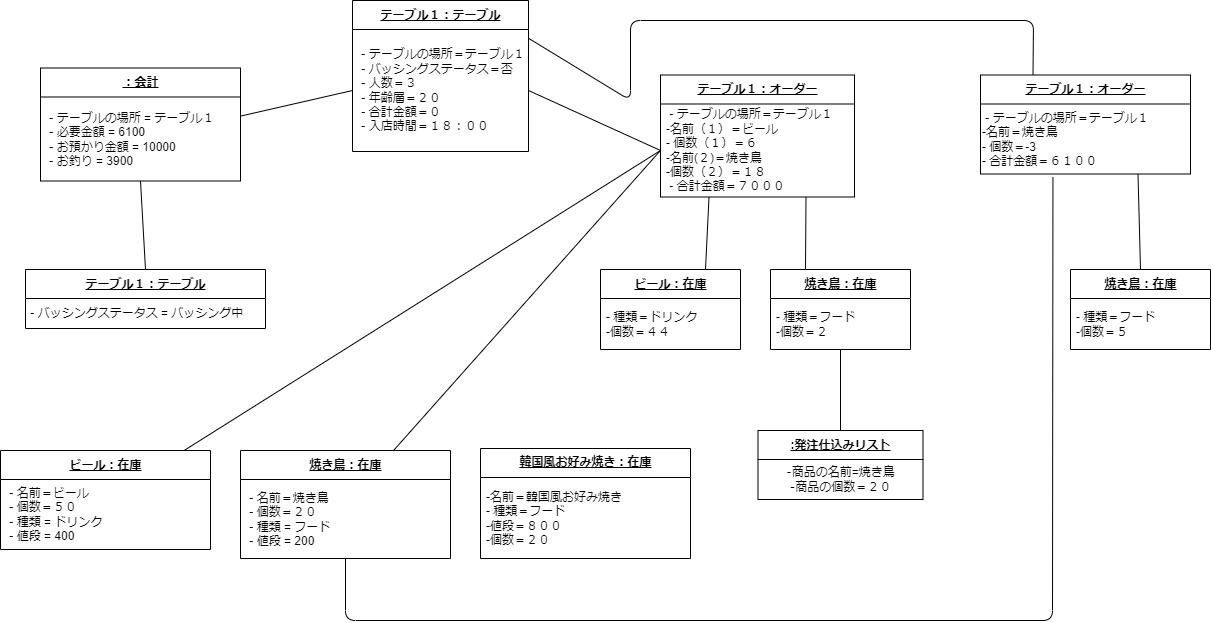
Earlier version of the draw.io export psp4/オブジェクト図/オブジェクト図ver4.drawio.png (MasakiHiguchi/---). Source tidied: cells renumbered, new cells last; positions are measured from the earlier drawing's top-left corner, leaving out a move shared by most shapes.
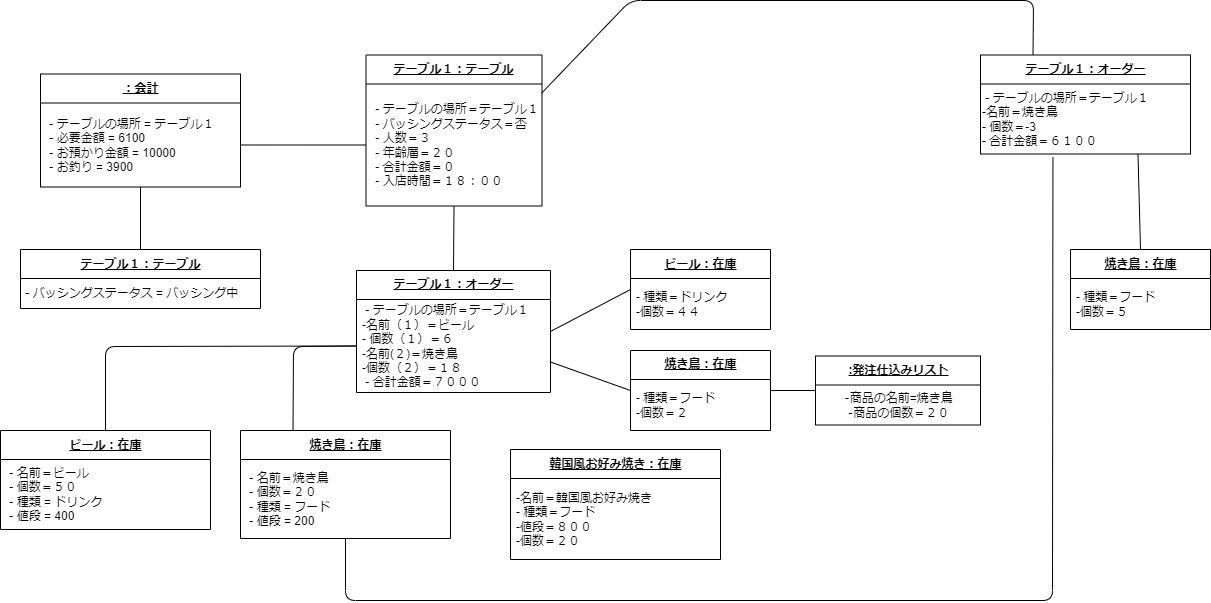
After the commit.

The edit, as a diff of the source:
```diff
@@ -2,23 +2,26 @@
   <root>
     <mxCell id="0" />
     <mxCell id="1" parent="0" />
+    <mxCell id="37" style="edgeStyle=none;html=1;exitX=0.5;exitY=1;exitDx=0;exitDy=0;entryX=0.5;entryY=0;entryDx=0;entryDy=0;endArrow=none;endFill=0;" parent="1" edge="1" source="2" target="4">
+      <mxGeometry relative="1" as="geometry" />
+    </mxCell>
     <mxCell id="2" value="&lt;u&gt;テーブル１：テーブル&lt;/u&gt;" style="swimlane;fontStyle=1;align=center;verticalAlign=middle;horizontal=1;startSize=29;html=1;" parent="1" vertex="1">
-      <mxGeometry x="352" width="176" height="151" as="geometry" />
+      <mxGeometry x="365.5" y="74.5" width="176" height="151" as="geometry" />
     </mxCell>
     <mxCell id="3" value="&amp;nbsp;- テーブルの場所＝テーブル１&lt;br&gt;&amp;nbsp;- バッシングステータス＝否&lt;br&gt;&amp;nbsp;- 人数＝３&lt;br&gt;&amp;nbsp;- 年齢層＝２０&lt;br&gt;&amp;nbsp;- 合計金額＝０&lt;br&gt;&amp;nbsp;- 入店時間＝１８：００" style="text;html=1;strokeColor=none;fillColor=none;align=left;verticalAlign=middle;spacingLeft=4;spacingRight=4;overflow=hidden;points=[[0,0.5],[1,0.5]];portConstraint=eastwest;" parent="2" vertex="1">
       <mxGeometry y="29" width="176" height="122" as="geometry" />
     </mxCell>
     <mxCell id="4" value="&lt;u&gt;テーブル１：オーダー&lt;/u&gt;" style="swimlane;fontStyle=1;align=center;verticalAlign=middle;horizontal=1;startSize=29;html=1;" parent="1" vertex="1">
-      <mxGeometry x="660" y="74.5" width="194" height="122" as="geometry" />
+      <mxGeometry x="356" y="290" width="194" height="122" as="geometry" />
     </mxCell>
     <mxCell id="5" value="&amp;nbsp;- テーブルの場所＝テーブル１&lt;br&gt;-名前（１）＝ビール&amp;nbsp;&lt;br&gt;-&amp;nbsp;個数（１）＝６&lt;br&gt;-名前(２)＝焼き鳥&lt;br&gt;-個数（２）＝１８&lt;br&gt;&amp;nbsp;- 合計金額＝７０００" style="text;html=1;strokeColor=none;fillColor=none;align=left;verticalAlign=middle;spacingLeft=4;spacingRight=4;overflow=hidden;points=[[0,0.5],[1,0.5]];portConstraint=eastwest;" parent="4" vertex="1">
       <mxGeometry y="29" width="194" height="93" as="geometry" />
     </mxCell>
-    <mxCell id="6" style="edgeStyle=none;html=1;exitX=0.75;exitY=0;exitDx=0;exitDy=0;entryX=0.25;entryY=1;entryDx=0;entryDy=0;endArrow=none;endFill=0;" parent="1" edge="1" source="7" target="4">
+    <mxCell id="6" style="edgeStyle=none;html=1;exitX=0;exitY=0.5;exitDx=0;exitDy=0;entryX=1;entryY=0.5;entryDx=0;entryDy=0;endArrow=none;endFill=0;" parent="1" edge="1" source="7" target="4">
       <mxGeometry relative="1" as="geometry" />
     </mxCell>
     <mxCell id="7" value="&lt;u&gt;ビール：在庫&lt;/u&gt;" style="swimlane;fontStyle=1;align=center;verticalAlign=middle;horizontal=1;startSize=29;html=1;" parent="1" vertex="1">
-      <mxGeometry x="600" y="269" width="140" height="80" as="geometry" />
+      <mxGeometry x="630" y="269" width="140" height="80" as="geometry" />
     </mxCell>
     <mxCell id="8" value="- 種類＝ドリンク&lt;br&gt;-個数＝４４" style="text;html=1;strokeColor=none;fillColor=none;align=left;verticalAlign=middle;spacingLeft=4;spacingRight=4;overflow=hidden;" parent="7" vertex="1">
       <mxGeometry y="29" width="140" height="51" as="geometry" />
@@ -28,7 +31,6 @@
         <Array as="points">
           <mxPoint x="1033" y="20" />
           <mxPoint x="630" y="20" />
-          <mxPoint x="630" y="100" />
         </Array>
       </mxGeometry>
     </mxCell>
@@ -38,14 +40,14 @@
     <mxCell id="11" value="&lt;span style=&quot;&quot;&gt;&amp;nbsp;- テーブルの場所＝テーブル１&lt;/span&gt;&lt;br style=&quot;border-color: var(--border-color);&quot;&gt;&lt;span style=&quot;&quot;&gt;-名前＝焼き鳥&amp;nbsp;&lt;/span&gt;&lt;br style=&quot;border-color: var(--border-color);&quot;&gt;&lt;span style=&quot;&quot;&gt;-&amp;nbsp;個数＝-3&lt;/span&gt;&lt;br style=&quot;border-color: var(--border-color);&quot;&gt;&lt;span style=&quot;&quot;&gt;- 合計金額＝６１００&lt;/span&gt;" style="text;html=1;align=left;verticalAlign=middle;points=[];strokeColor=none;fillColor=none;" parent="10" vertex="1">
       <mxGeometry y="29" width="210" height="70" as="geometry" />
     </mxCell>
-    <mxCell id="12" style="edgeStyle=none;html=1;exitX=0.25;exitY=0;exitDx=0;exitDy=0;entryX=0.75;entryY=1;entryDx=0;entryDy=0;endArrow=none;endFill=0;" parent="1" edge="1" source="14" target="4">
+    <mxCell id="12" style="edgeStyle=none;html=1;exitX=0;exitY=0.5;exitDx=0;exitDy=0;entryX=1;entryY=0.75;entryDx=0;entryDy=0;endArrow=none;endFill=0;" parent="1" edge="1" source="14" target="4">
       <mxGeometry relative="1" as="geometry" />
     </mxCell>
-    <mxCell id="13" style="edgeStyle=none;html=1;entryX=0.5;entryY=0;entryDx=0;entryDy=0;endArrow=none;endFill=0;" parent="1" edge="1" source="14" target="21">
+    <mxCell id="13" style="edgeStyle=none;html=1;exitX=1;exitY=0.5;exitDx=0;exitDy=0;entryX=0;entryY=0.5;entryDx=0;entryDy=0;endArrow=none;endFill=0;" parent="1" edge="1" source="14" target="21">
       <mxGeometry relative="1" as="geometry" />
     </mxCell>
     <mxCell id="14" value="&lt;u&gt;焼き鳥：在庫&lt;/u&gt;" style="swimlane;fontStyle=1;align=center;verticalAlign=middle;horizontal=1;startSize=29;html=1;" parent="1" vertex="1">
-      <mxGeometry x="770" y="269" width="140" height="80" as="geometry" />
+      <mxGeometry x="630" y="370" width="140" height="80" as="geometry" />
     </mxCell>
     <mxCell id="15" value="- 種類＝フード&lt;br&gt;-個数＝２" style="text;html=1;strokeColor=none;fillColor=none;align=left;verticalAlign=middle;spacingLeft=4;spacingRight=4;overflow=hidden;" parent="14" vertex="1">
       <mxGeometry y="29" width="140" height="51" as="geometry" />
@@ -60,19 +62,19 @@
       <mxGeometry y="29" width="140" height="51" as="geometry" />
     </mxCell>
     <mxCell id="19" value="&lt;u&gt;韓国風お好み焼き：在庫&lt;/u&gt;" style="swimlane;fontStyle=1;align=center;verticalAlign=middle;horizontal=1;startSize=29;html=1;" parent="1" vertex="1">
-      <mxGeometry x="480" y="448" width="210" height="110" as="geometry" />
+      <mxGeometry x="510" y="469" width="210" height="110" as="geometry" />
     </mxCell>
     <mxCell id="20" value="-名前＝韓国風お好み焼き&lt;br&gt;- 種類＝フード&lt;br&gt;-値段＝８００&lt;br&gt;-個数＝２０" style="text;html=1;strokeColor=none;fillColor=none;align=left;verticalAlign=middle;spacingLeft=4;spacingRight=4;overflow=hidden;" parent="19" vertex="1">
       <mxGeometry y="29" width="210" height="81" as="geometry" />
     </mxCell>
     <mxCell id="21" value="&lt;u&gt;:発注仕込みリスト&lt;/u&gt;" style="swimlane;fontStyle=1;align=center;verticalAlign=middle;horizontal=1;startSize=29;html=1;" parent="1" vertex="1">
-      <mxGeometry x="757.5" y="430" width="165" height="69" as="geometry" />
+      <mxGeometry x="815" y="375.5" width="165" height="69" as="geometry" />
     </mxCell>
     <mxCell id="22" value="‐商品の名前=焼き鳥&lt;br&gt;‐商品の個数＝２０" style="text;html=1;align=center;verticalAlign=middle;strokeColor=none;fillColor=none;" parent="21" vertex="1">
       <mxGeometry y="29" width="165" height="40" as="geometry" />
     </mxCell>
     <mxCell id="23" value="&lt;u&gt;：会計&lt;/u&gt;" style="swimlane;fontStyle=1;align=center;verticalAlign=middle;horizontal=1;startSize=29;html=1;" parent="1" vertex="1">
-      <mxGeometry x="40" y="67.5" width="200" height="113" as="geometry" />
+      <mxGeometry x="40" y="93.5" width="200" height="113" as="geometry" />
     </mxCell>
     <mxCell id="24" value="&amp;nbsp;- テーブルの場所 = テーブル１&lt;br&gt;&amp;nbsp;- 必要金額 = 6100&lt;br&gt;&amp;nbsp;- お預かり金額 = 10000&lt;br&gt;&amp;nbsp;- お釣り = 3900" style="text;html=1;strokeColor=none;fillColor=none;align=left;verticalAlign=middle;spacingLeft=4;spacingRight=4;overflow=hidden;points=[[0,0.5],[1,0.5]];portConstraint=eastwest;" parent="23" vertex="1">
       <mxGeometry y="29" width="200" height="84" as="geometry" />
@@ -81,13 +83,17 @@
       <mxGeometry relative="1" as="geometry" />
     </mxCell>
     <mxCell id="26" value="&lt;u&gt;テーブル１：テーブル&lt;/u&gt;" style="swimlane;fontStyle=1;align=center;verticalAlign=middle;horizontal=1;startSize=29;html=1;" parent="1" vertex="1">
-      <mxGeometry x="25" y="269" width="240" height="59" as="geometry" />
+      <mxGeometry x="20" y="269" width="240" height="59" as="geometry" />
     </mxCell>
     <mxCell id="27" value="&amp;nbsp;- バッシングステータス = バッシング中" style="text;html=1;align=left;verticalAlign=middle;strokeColor=none;fillColor=none;" parent="26" vertex="1">
       <mxGeometry y="29" width="240" height="30" as="geometry" />
     </mxCell>
-    <mxCell id="28" style="edgeStyle=none;html=1;entryX=0;entryY=0.5;entryDx=0;entryDy=0;endArrow=none;endFill=0;" parent="1" edge="1" source="30" target="5">
-      <mxGeometry relative="1" as="geometry" />
+    <mxCell id="28" style="edgeStyle=none;html=1;entryX=0;entryY=0.5;entryDx=0;entryDy=0;endArrow=none;endFill=0;exitX=0.25;exitY=0;exitDx=0;exitDy=0;" parent="1" edge="1" source="30" target="5">
+      <mxGeometry relative="1" as="geometry">
+        <Array as="points">
+          <mxPoint x="293" y="366" />
+        </Array>
+      </mxGeometry>
     </mxCell>
     <mxCell id="29" style="edgeStyle=none;html=1;entryX=0.345;entryY=1.045;entryDx=0;entryDy=0;entryPerimeter=0;endArrow=none;endFill=0;" parent="1" edge="1" source="30" target="11">
       <mxGeometry relative="1" as="geometry">
@@ -103,8 +109,12 @@
     <mxCell id="31" value="&amp;nbsp;- 名前＝焼き鳥&lt;br&gt;&amp;nbsp;- 個数＝２０&lt;br&gt;&amp;nbsp;- 種類 = フード&lt;br&gt;&amp;nbsp;- 値段 = 200" style="text;html=1;strokeColor=none;fillColor=none;align=left;verticalAlign=middle;spacingLeft=4;spacingRight=4;overflow=hidden;" parent="30" vertex="1">
       <mxGeometry y="29" width="210" height="79" as="geometry" />
     </mxCell>
-    <mxCell id="32" style="edgeStyle=none;html=1;entryX=0;entryY=0.5;entryDx=0;entryDy=0;endArrow=none;endFill=0;" parent="1" edge="1" source="33" target="5">
-      <mxGeometry relative="1" as="geometry" />
+    <mxCell id="32" style="edgeStyle=none;html=1;entryX=0;entryY=0.5;entryDx=0;entryDy=0;endArrow=none;endFill=0;exitX=0.5;exitY=0;exitDx=0;exitDy=0;" parent="1" edge="1" source="33" target="5">
+      <mxGeometry relative="1" as="geometry">
+        <Array as="points">
+          <mxPoint x="105" y="366" />
+        </Array>
+      </mxGeometry>
     </mxCell>
     <mxCell id="33" value="&lt;u&gt;ビール：在庫&lt;/u&gt;" style="swimlane;fontStyle=1;align=center;verticalAlign=middle;horizontal=1;startSize=29;html=1;" parent="1" vertex="1">
       <mxGeometry y="450" width="210" height="99" as="geometry" />
@@ -112,9 +122,6 @@
     <mxCell id="34" value="&amp;nbsp;- 名前＝ビール&lt;br&gt;&amp;nbsp;- 個数＝５０&lt;br&gt;&amp;nbsp;- 種類 = ドリンク&lt;br&gt;&amp;nbsp;- 値段 = 400" style="text;html=1;strokeColor=none;fillColor=none;align=left;verticalAlign=middle;spacingLeft=4;spacingRight=4;overflow=hidden;" parent="33" vertex="1">
       <mxGeometry y="29" width="210" height="70" as="geometry" />
     </mxCell>
-    <mxCell id="35" style="edgeStyle=none;html=1;exitX=1;exitY=0.5;exitDx=0;exitDy=0;entryX=0;entryY=0.5;entryDx=0;entryDy=0;endArrow=none;endFill=0;" parent="1" edge="1" source="3" target="5">
-      <mxGeometry relative="1" as="geometry" />
-    </mxCell>
     <mxCell id="36" style="edgeStyle=none;html=1;entryX=0;entryY=0.5;entryDx=0;entryDy=0;endArrow=none;endFill=0;" parent="1" edge="1" source="24" target="3">
       <mxGeometry relative="1" as="geometry" />
     </mxCell>
```
